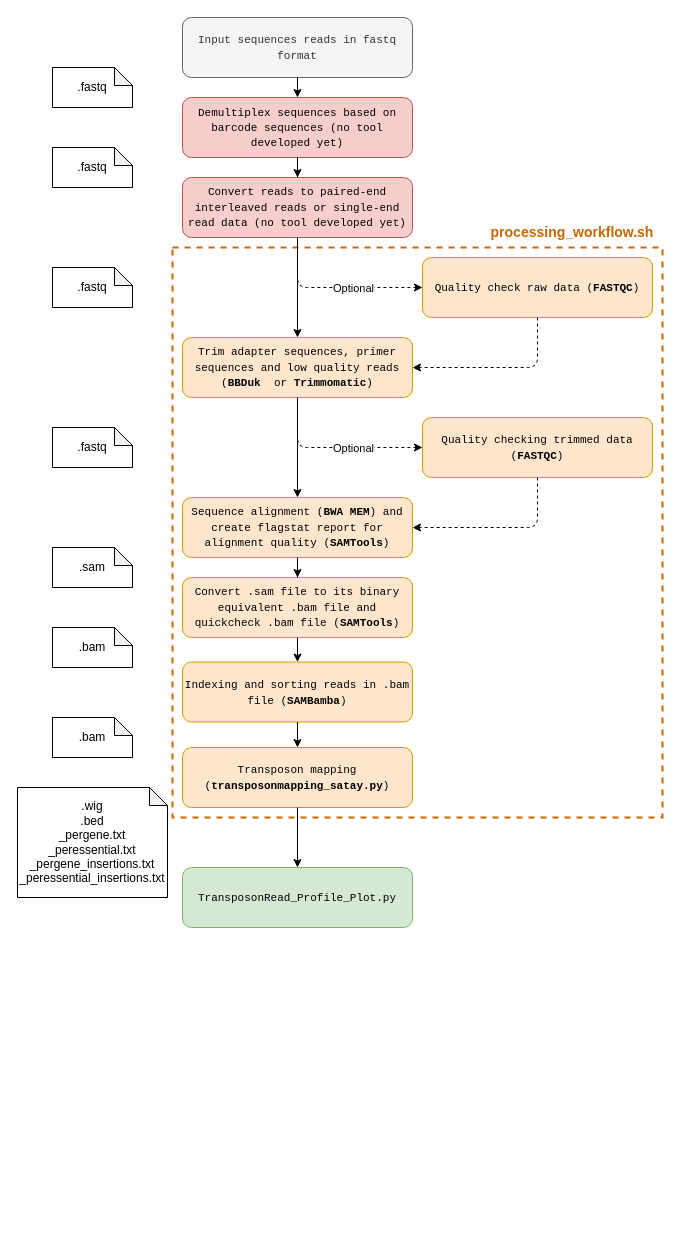
Above: page "general pipeline workflow" (1 of 3) of docs/satay_processing_pipeline.drawio in Gregory94/LaanLab-SATAY-DataAnalysis (draw.io), before the change. Source tidied: cells renumbered, new cells numbered last; positions are measured from the earlier drawing's top-left corner, leaving out a move shared by most shapes. Both pictures are drawn from the tidied source at 100%, with x=0, y=0 at pixel (17, 17).
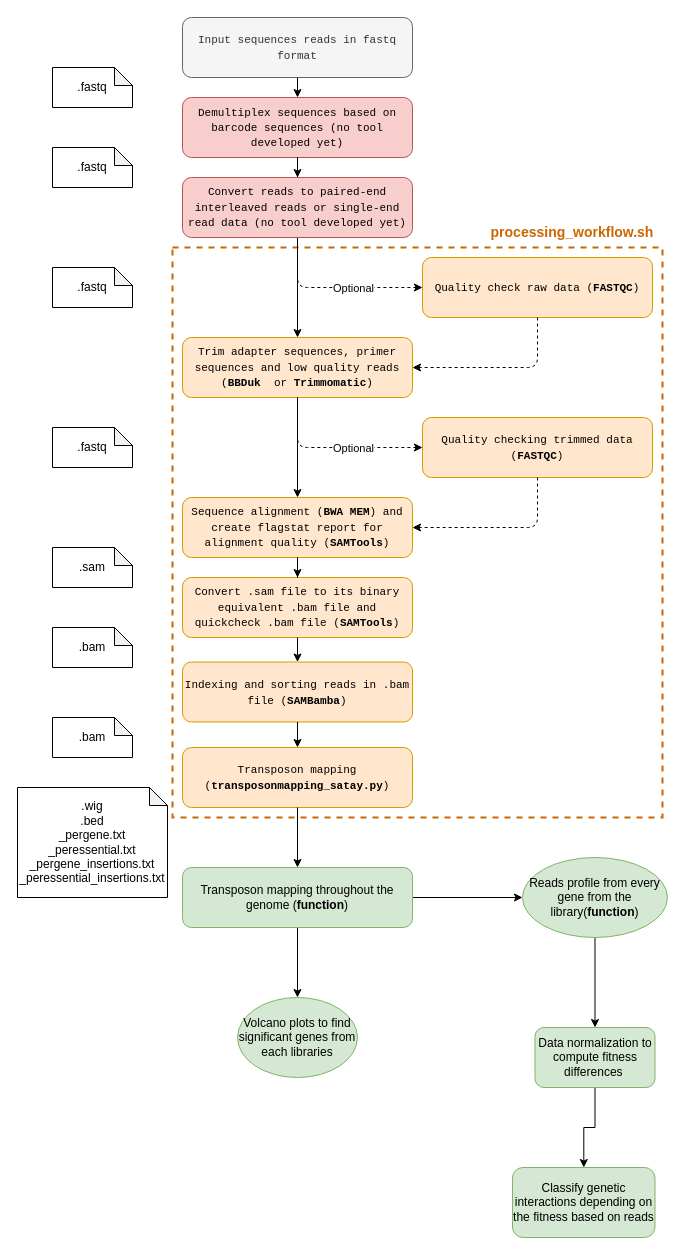
The same diagram, later.

Commit message:
updating postprocessing part of the pipeline

What changed in the source:
```diff
@@
+    <mxCell id="40" style="edgeStyle=orthogonalEdgeStyle;rounded=0;jettySize=auto;html=1;" parent="1" edge="1" source="38" target="42">
+      <mxGeometry relative="1" as="geometry" />
+    </mxCell>
+    <mxCell id="41" style="edgeStyle=orthogonalEdgeStyle;rounded=0;jettySize=auto;html=1;" parent="1" edge="1" source="38" target="44">
+      <mxGeometry relative="1" as="geometry" />
+    </mxCell>
-    <mxCell id="38" value="&lt;p style=&quot;margin-top: 0pt ; margin-bottom: 0pt ; margin-left: 0in ; direction: ltr ; unicode-bidi: embed ; word-break: normal&quot;&gt;&lt;font face=&quot;courier new&quot;&gt;&lt;span style=&quot;font-size: 11px&quot;&gt;TransposonRead_Profile_Plot.py&lt;/span&gt;&lt;/font&gt;&lt;/p&gt;" style="rounded=1;whiteSpace=wrap;html=1;fillColor=#d5e8d4;strokeColor=#82b366;" parent="1" vertex="1">
+    <mxCell id="38" value="&lt;p style=&quot;margin-top: 0pt ; margin-bottom: 0pt ; margin-left: 0in ; direction: ltr ; unicode-bidi: embed ; word-break: normal&quot;&gt;&lt;font style=&quot;font-size: 12px&quot;&gt;Transposon mapping throughout the genome (&lt;b&gt;function&lt;/b&gt;)&lt;/font&gt;&lt;/p&gt;" style="rounded=1;whiteSpace=wrap;html=1;fillColor=#d5e8d4;strokeColor=#82b366;" parent="1" vertex="1">
       <mxGeometry x="165" y="850" width="230" height="60" as="geometry" />
     </mxCell>
@@
+    <mxCell id="42" value="Volcano plots to find significant genes from each libraries" style="ellipse;whiteSpace=wrap;html=1;rounded=1;strokeColor=#82b366;fillColor=#d5e8d4;" parent="1" vertex="1">
+      <mxGeometry x="220" y="980" width="120" height="80" as="geometry" />
+    </mxCell>
+    <mxCell id="43" style="edgeStyle=orthogonalEdgeStyle;rounded=0;jettySize=auto;html=1;" parent="1" edge="1" source="44" target="46">
+      <mxGeometry relative="1" as="geometry" />
+    </mxCell>
+    <mxCell id="44" value="Reads profile from every &lt;br&gt;gene from the library(&lt;b&gt;function&lt;/b&gt;)" style="ellipse;whiteSpace=wrap;html=1;rounded=1;strokeColor=#82b366;fillColor=#d5e8d4;" parent="1" vertex="1">
+      <mxGeometry x="505" y="840" width="145" height="80" as="geometry" />
+    </mxCell>
+    <mxCell id="45" style="edgeStyle=orthogonalEdgeStyle;rounded=0;jettySize=auto;html=1;" parent="1" edge="1" source="46" target="47">
+      <mxGeometry relative="1" as="geometry" />
+    </mxCell>
+    <mxCell id="46" value="Data normalization to compute fitness differences&amp;nbsp;" style="whiteSpace=wrap;html=1;rounded=1;strokeColor=#82b366;fillColor=#d5e8d4;" parent="1" vertex="1">
+      <mxGeometry x="517.5" y="1010" width="120" height="60" as="geometry" />
+    </mxCell>
+    <mxCell id="47" value="Classify genetic interactions depending on the fitness based on reads" style="whiteSpace=wrap;html=1;rounded=1;strokeColor=#82b366;fillColor=#d5e8d4;" parent="1" vertex="1">
+      <mxGeometry x="495" y="1150" width="142.5" height="70" as="geometry" />
+    </mxCell>
```
